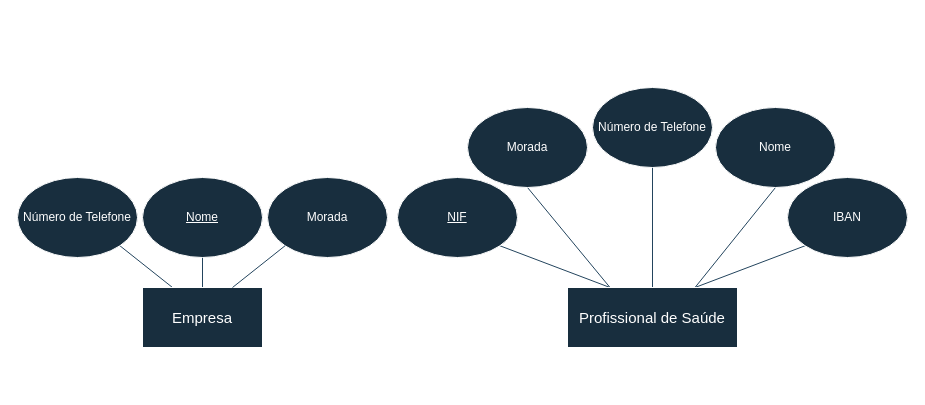
Above: page "Page-1" (1 of 2) of diagrams/modelo_EA.drawio in Zane-dev16/BD-projeto-E1 (draw.io), before the change. Source tidied: cells renumbered, new cells numbered last; positions are measured from the earlier drawing's top-left corner, leaving out a move shared by most shapes. Both pictures are drawn from the tidied source at 100%, with x=0, y=0 at pixel (17, 87).
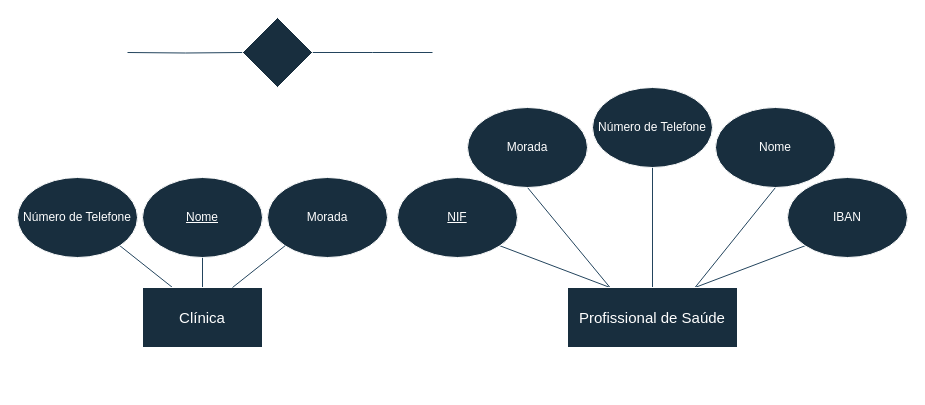
After the change.

Commit message:
Change to clinic and create relationship line

Diff of the diagram source:
```diff
@@
     <mxCell id="9" style="group;" parent="1" vertex="1">
-      <mxGeometry y="90" width="370" height="210" as="geometry" />
+      <mxGeometry y="90" width="375" height="210" as="geometry" />
     </mxCell>
@@
-    <mxCell id="12" value="&lt;font style=&quot;font-size: 15px;&quot;&gt;Empresa&lt;/font&gt;" style="rounded=0;whiteSpace=wrap;html=1;labelBackgroundColor=none;fillColor=#182E3E;strokeColor=#FFFFFF;fontColor=#FFFFFF;" parent="9" vertex="1">
+    <mxCell id="12" value="&lt;font style=&quot;font-size: 15px;&quot;&gt;Clínica&lt;/font&gt;" style="rounded=0;whiteSpace=wrap;html=1;labelBackgroundColor=none;fillColor=#182E3E;strokeColor=#FFFFFF;fontColor=#FFFFFF;" parent="9" vertex="1">
       <mxGeometry x="125" y="110" width="120" height="60" as="geometry" />
     </mxCell>
@@
+    <mxCell id="21" style="edgeStyle=orthogonalEdgeStyle;rounded=0;jettySize=auto;html=1;exitX=1;exitY=0.5;exitDx=0;exitDy=0;strokeColor=#23445D;endArrow=none;endFill=0;startArrow=none;startFill=0;entryX=0;entryY=0.5;entryDx=0;entryDy=0;" parent="1" edge="1" target="23">
+      <mxGeometry relative="1" as="geometry">
+        <mxPoint x="110" y="-35" as="sourcePoint" />
+      </mxGeometry>
+    </mxCell>
+    <mxCell id="22" style="edgeStyle=orthogonalEdgeStyle;rounded=0;jettySize=auto;html=1;exitX=1;exitY=0.5;exitDx=0;exitDy=0;entryX=0;entryY=0.5;entryDx=0;entryDy=0;strokeColor=#23445D;endArrow=none;endFill=0;" parent="1" edge="1" source="23">
+      <mxGeometry relative="1" as="geometry">
+        <mxPoint x="415" y="-35" as="targetPoint" />
+      </mxGeometry>
+    </mxCell>
+    <mxCell id="23" style="rhombus;whiteSpace=wrap;html=1;strokeColor=#FFFFFF;fontColor=#FFFFFF;fillColor=#182E3E;" parent="1" vertex="1">
+      <mxGeometry x="225" y="-70" width="70" height="70" as="geometry" />
+    </mxCell>
```
